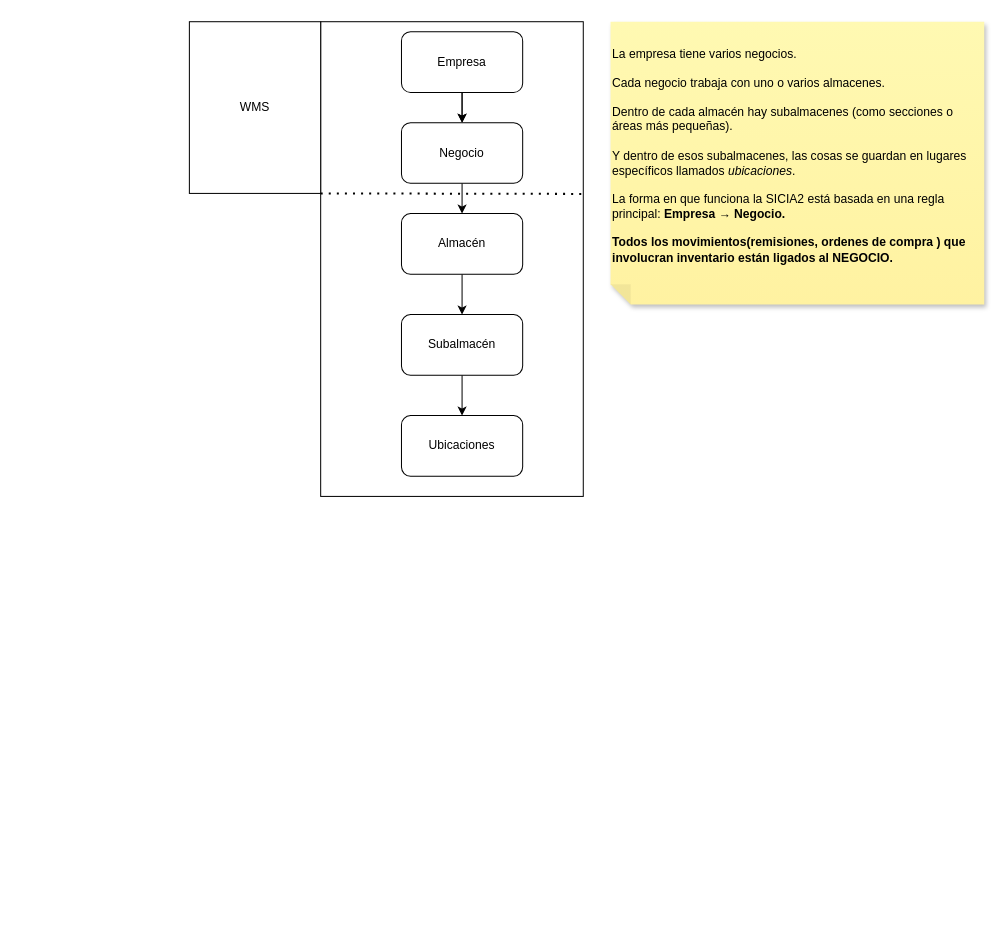
ErnestoDanielTafoyaMolinaCYM/clases-cat-cym keeps this draw.io diagram as ArquitecturaWMS.drawio. Above is the earlier version. Source tidied: cells renumbered, new cells numbered last; positions are measured from the earlier drawing's top-left corner, leaving out a move shared by most shapes. Both pictures are drawn from the tidied source at 101%, with x=0, y=0 at pixel (189, 21).
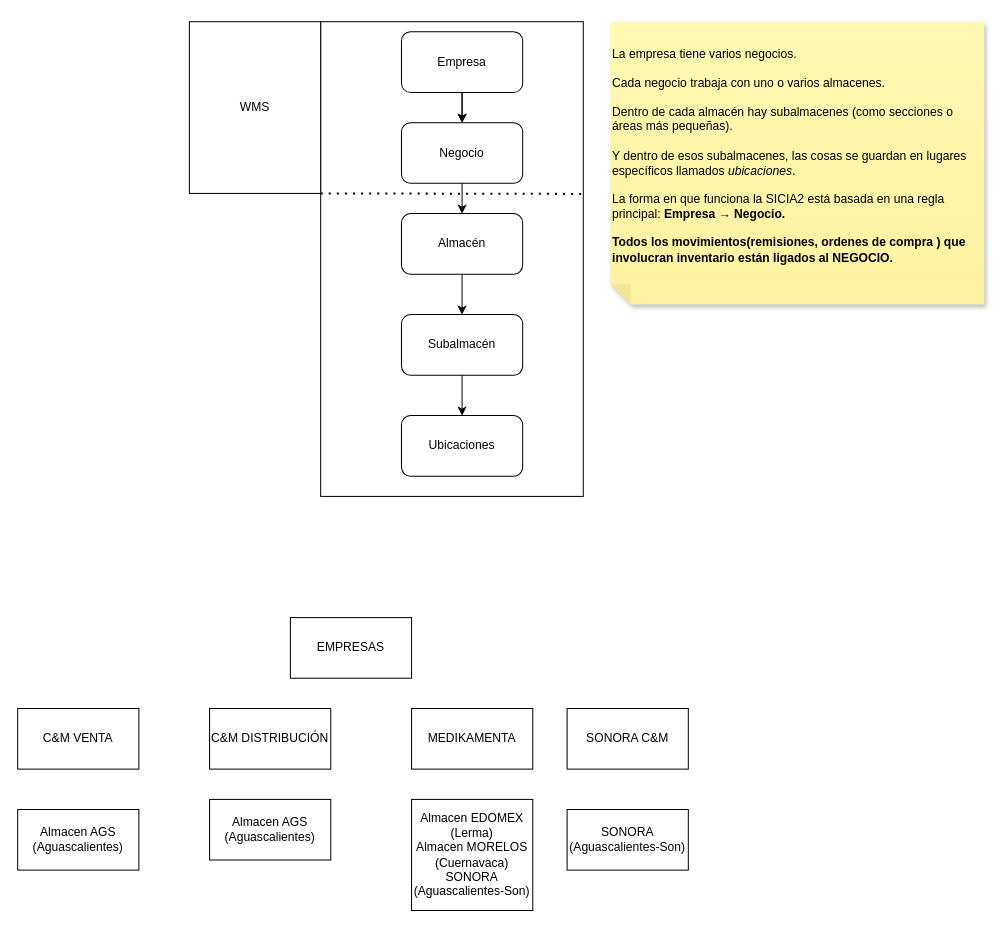
Above is the later version.

What changed in the source:
```diff
@@
+    <mxCell id="16" value="EMPRESAS" style="rounded=0;whiteSpace=wrap;html=1;" parent="1" vertex="1">
+      <mxGeometry x="100" y="590" width="120" height="60" as="geometry" />
+    </mxCell>
+    <mxCell id="17" value="C&amp;amp;M DISTRIBUCIÓN" style="rounded=0;whiteSpace=wrap;html=1;" parent="1" vertex="1">
+      <mxGeometry x="20" y="680" width="120" height="60" as="geometry" />
+    </mxCell>
+    <mxCell id="18" value="C&amp;amp;M VENTA" style="rounded=0;whiteSpace=wrap;html=1;" parent="1" vertex="1">
+      <mxGeometry x="-170" y="680" width="120" height="60" as="geometry" />
+    </mxCell>
+    <mxCell id="19" value="MEDIKAMENTA" style="rounded=0;whiteSpace=wrap;html=1;" parent="1" vertex="1">
+      <mxGeometry x="220" y="680" width="120" height="60" as="geometry" />
+    </mxCell>
+    <mxCell id="20" value="SONORA C&amp;amp;M" style="rounded=0;whiteSpace=wrap;html=1;" parent="1" vertex="1">
+      <mxGeometry x="374" y="680" width="120" height="60" as="geometry" />
+    </mxCell>
+    <mxCell id="21" value="Almacen AGS (Aguascalientes)" style="rounded=0;whiteSpace=wrap;html=1;" parent="1" vertex="1">
+      <mxGeometry x="-170" y="780" width="120" height="60" as="geometry" />
+    </mxCell>
+    <mxCell id="22" value="Almacen AGS (Aguascalientes)" style="rounded=0;whiteSpace=wrap;html=1;" parent="1" vertex="1">
+      <mxGeometry x="20" y="770" width="120" height="60" as="geometry" />
+    </mxCell>
+    <mxCell id="23" value="&lt;div&gt;Almacen EDOMEX (Lerma)&lt;/div&gt;&lt;div&gt;Almacen MORELOS (Cuernavaca)&lt;/div&gt;&lt;div&gt;SONORA (Aguascalientes-Son)&lt;/div&gt;" style="rounded=0;whiteSpace=wrap;html=1;" parent="1" vertex="1">
+      <mxGeometry x="220" y="770" width="120" height="110" as="geometry" />
+    </mxCell>
+    <mxCell id="24" value="SONORA (Aguascalientes-Son)" style="rounded=0;whiteSpace=wrap;html=1;" parent="1" vertex="1">
+      <mxGeometry x="374" y="780" width="120" height="60" as="geometry" />
+    </mxCell>
```
